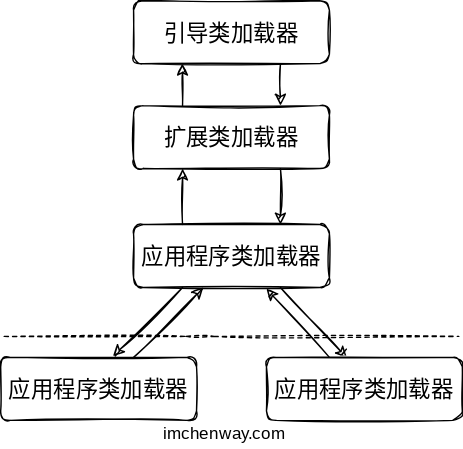
Above: private/双亲委派模型.drawio.svg in imchenway/imchenway.github.io (draw.io), before the change. Source tidied: cells renumbered, new cells last; positions are measured from the earlier drawing's top-left corner, leaving out a move shared by most shapes.
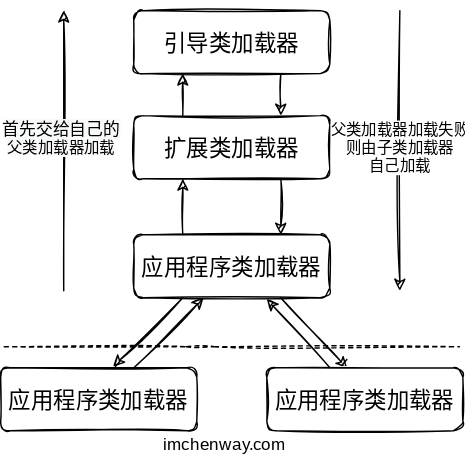
After the commit.

Change to the diagram source:
```diff
@@ -59,5 +59,25 @@
     <mxCell id="16" value="&lt;font face=&quot;ZCOOL KuaiLe&quot;&gt;imchenway.com&lt;/font&gt;" style="text;html=1;strokeColor=none;fillColor=none;align=center;verticalAlign=middle;whiteSpace=wrap;rounded=0;sketch=1;" parent="1" vertex="1">
       <mxGeometry x="140" y="300" width="40" height="20" as="geometry" />
     </mxCell>
+    <mxCell id="17" style="endArrow=classic;html=1;sketch=1;" parent="1" edge="1">
+      <mxGeometry relative="1" as="geometry">
+        <mxPoint x="285" as="sourcePoint" />
+        <mxPoint x="285" y="200" as="targetPoint" />
+      </mxGeometry>
+    </mxCell>
+    <mxCell id="18" value="&lt;font face=&quot;ZCOOL KuaiLe&quot;&gt;父类加载器加载失败&lt;br&gt;则由子类加载器&lt;br&gt;自己加载&lt;/font&gt;" style="edgeLabel;html=1;align=center;verticalAlign=middle;" parent="17" vertex="1">
+      <mxGeometry x="-0.11" relative="1" as="geometry">
+        <mxPoint y="9" as="offset" />
+      </mxGeometry>
+    </mxCell>
+    <mxCell id="19" value="&lt;div style=&quot;color: rgb(64 , 63 , 83) ; background-color: rgb(251 , 251 , 251) ; font-size: 12px ; line-height: 24px&quot;&gt;&lt;br&gt;&lt;/div&gt;" style="endArrow=classic;html=1;sketch=1;" parent="1" edge="1">
+      <mxGeometry relative="1" as="geometry">
+        <mxPoint x="45" y="200" as="sourcePoint" />
+        <mxPoint x="45" as="targetPoint" />
+      </mxGeometry>
+    </mxCell>
+    <mxCell id="20" value="&lt;span style=&quot;font-family: &amp;#34;zcool kuaile&amp;#34; ; font-size: 12px ; background-color: rgb(248 , 249 , 250)&quot;&gt;首先交给自己的&lt;/span&gt;&lt;br style=&quot;font-family: &amp;#34;zcool kuaile&amp;#34; ; font-size: 12px ; background-color: rgb(248 , 249 , 250)&quot;&gt;&lt;span style=&quot;font-family: &amp;#34;zcool kuaile&amp;#34; ; background-color: rgb(248 , 249 , 250)&quot;&gt;父类加载器加载&lt;/span&gt;" style="edgeLabel;html=1;align=center;verticalAlign=middle;" parent="19" vertex="1">
+      <mxGeometry x="0.09" y="2" relative="1" as="geometry" />
+    </mxCell>
   </root>
 </mxGraphModel>
```
